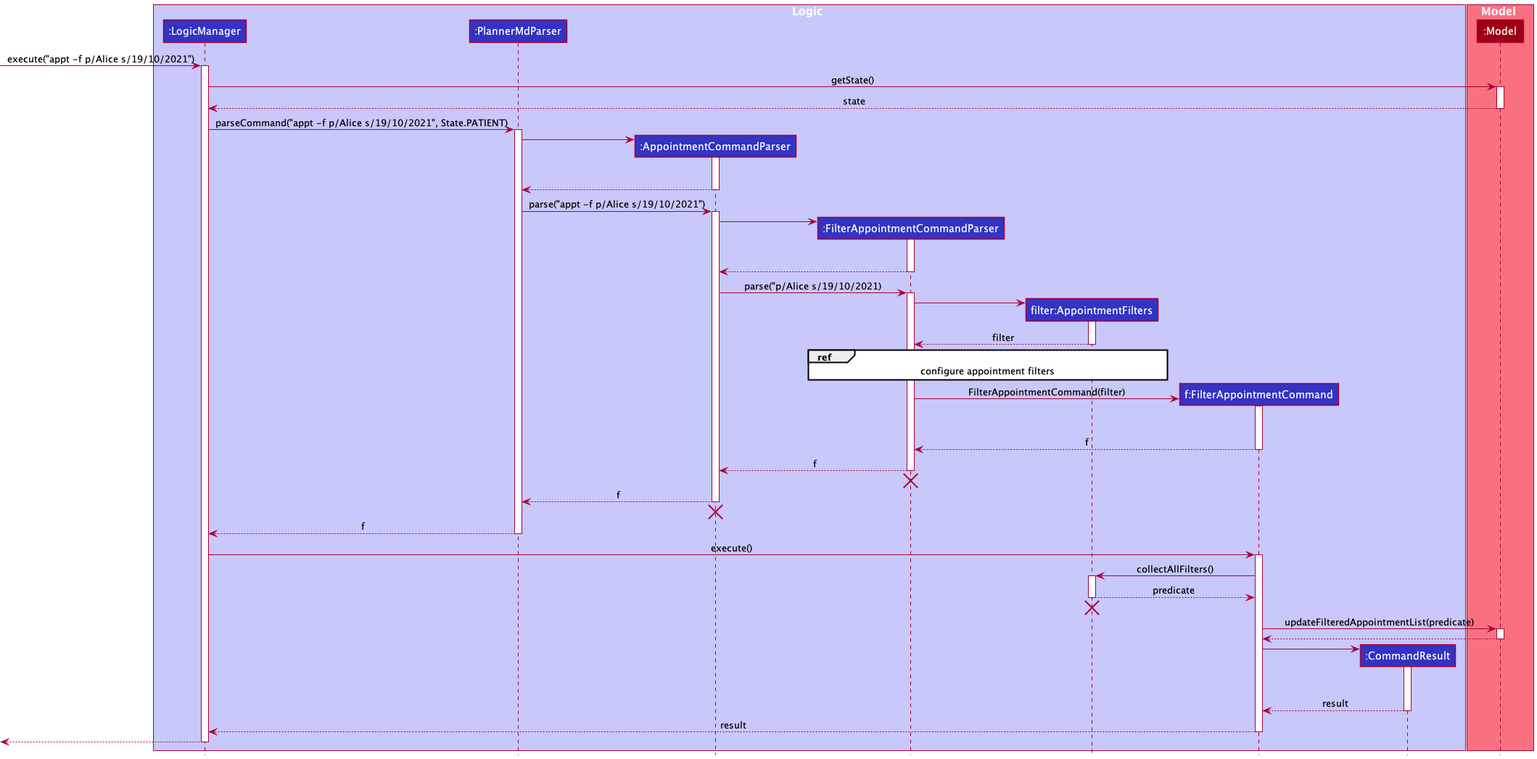
The PlantUML diagram docs/images/AppointmentFilterSequenceDiagram.png in nus-cs2103-AY2122S1/tp, before a commit. Its diagram source:
```plantuml
@startuml
!include style.puml

box Logic LOGIC_COLOR_T1
participant ":LogicManager" as LogicManager LOGIC_COLOR
participant ":PlannerMdParser" as PlannerMdParser LOGIC_COLOR
participant ":AppointmentCommandParser" as AppointmentCommandParser LOGIC_COLOR
participant ":FilterAppointmentCommandParser" as FilterAppointmentCommandParser LOGIC_COLOR
participant "filter:AppointmentFilters" as AppointmentFilters LOGIC_COLOR
participant "f:FilterAppointmentCommand" as FilterAppointmentCommand LOGIC_COLOR
participant ":CommandResult" as CommandResult LOGIC_COLOR
end box

box Model MODEL_COLOR_T1
participant ":Model" as Model MODEL_COLOR
end box

[-> LogicManager : execute("appt -f p/Alice s/19/10/2021")
activate LogicManager

LogicManager -> Model : getState()
activate Model

Model --> LogicManager : state
deactivate Model

LogicManager -> PlannerMdParser : parseCommand("appt -f p/Alice s/19/10/2021", State.PATIENT)
activate PlannerMdParser

create AppointmentCommandParser
PlannerMdParser -> AppointmentCommandParser
activate AppointmentCommandParser

AppointmentCommandParser -[hidden]-> PlannerMdParser
AppointmentCommandParser -[hidden]-> PlannerMdParser
AppointmentCommandParser --> PlannerMdParser
deactivate AppointmentCommandParser

PlannerMdParser -> AppointmentCommandParser : parse("appt -f p/Alice s/19/10/2021")
activate AppointmentCommandParser

create FilterAppointmentCommandParser
AppointmentCommandParser -> FilterAppointmentCommandParser
activate FilterAppointmentCommandParser

FilterAppointmentCommandParser -[hidden]-> PlannerMdParser
FilterAppointmentCommand -[hidden]-> PlannerMdParser
FilterAppointmentCommandParser --> AppointmentCommandParser
deactivate FilterAppointmentCommandParser

AppointmentCommandParser -> FilterAppointmentCommandParser : parse("p/Alice s/19/10/2021)
activate FilterAppointmentCommandParser

create AppointmentFilters
FilterAppointmentCommandParser -> AppointmentFilters
activate AppointmentFilters

AppointmentFilters --> FilterAppointmentCommandParser : filter
deactivate AppointmentFilters

ref over FilterAppointmentCommandParser, AppointmentFilters
configure appointment filters
end ref

create FilterAppointmentCommand
FilterAppointmentCommandParser -> FilterAppointmentCommand : FilterAppointmentCommand(filter)
activate FilterAppointmentCommand

FilterAppointmentCommand -[hidden]-> PlannerMdParser
FilterAppointmentCommand -[hidden]-> PlannerMdParser
FilterAppointmentCommand --> FilterAppointmentCommandParser : f
deactivate FilterAppointmentCommand

FilterAppointmentCommandParser --> AppointmentCommandParser : f
deactivate FilterAppointmentCommandParser

FilterAppointmentCommandParser -[hidden]-> PlannerMdParser
destroy FilterAppointmentCommandParser

AppointmentCommandParser --> PlannerMdParser : f
deactivate AppointmentCommandParser

AppointmentCommandParser -[hidden]-> PlannerMdParser
destroy AppointmentCommandParser

PlannerMdParser --> LogicManager : f
deactivate PlannerMdParser

LogicManager -> FilterAppointmentCommand : execute()
activate FilterAppointmentCommand

FilterAppointmentCommand -> AppointmentFilters : collectAllFilters()
activate AppointmentFilters

AppointmentFilters --> FilterAppointmentCommand : predicate
deactivate AppointmentFilters

AppointmentFilters -[hidden]-> PlannerMdParser
destroy AppointmentFilters

FilterAppointmentCommand -> Model : updateFilteredAppointmentList(predicate)
activate Model

Model --> FilterAppointmentCommand
deactivate Model

create CommandResult
FilterAppointmentCommand -> CommandResult
activate CommandResult

CommandResult -[hidden]-> PlannerMdParser
CommandResult -[hidden]-> PlannerMdParser
CommandResult --> FilterAppointmentCommand : result
deactivate CommandResult

FilterAppointmentCommand --> LogicManager : result
deactivate FilterAppointmentCommand

[<--LogicManager
deactivate LogicManager
@enduml
```
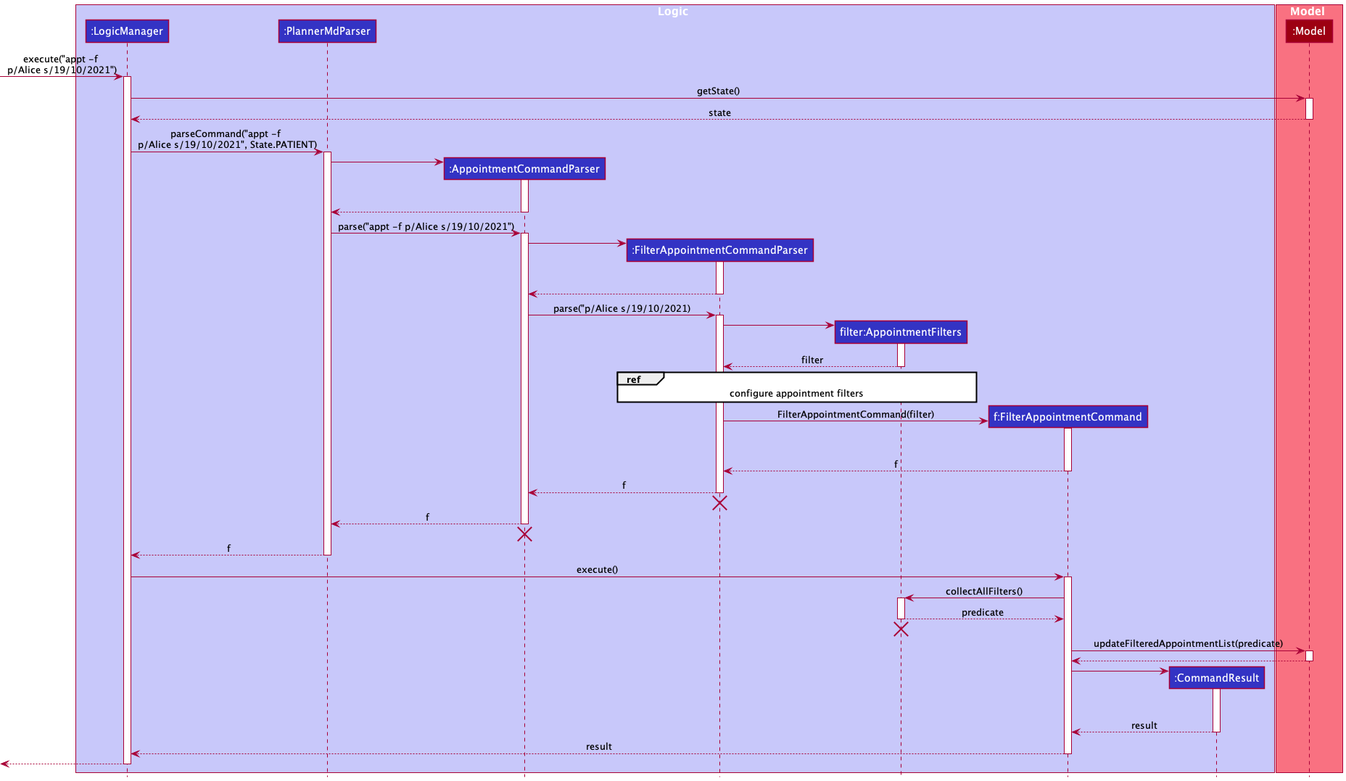
After the change.

Commit message:
Made FilterAppointment sequence diagram larger

The edit, as a diff of the source:
```diff
@@ -15,7 +15,7 @@
 participant ":Model" as Model MODEL_COLOR
 end box
 
-[-> LogicManager : execute("appt -f p/Alice s/19/10/2021")
+[-> LogicManager : execute("appt -f \np/Alice s/19/10/2021")
 activate LogicManager
 
 LogicManager -> Model : getState()
@@ -24,7 +24,7 @@
 Model --> LogicManager : state
 deactivate Model
 
-LogicManager -> PlannerMdParser : parseCommand("appt -f p/Alice s/19/10/2021", State.PATIENT)
+LogicManager -> PlannerMdParser : parseCommand("appt -f \np/Alice s/19/10/2021", State.PATIENT)
 activate PlannerMdParser
 
 create AppointmentCommandParser
```
